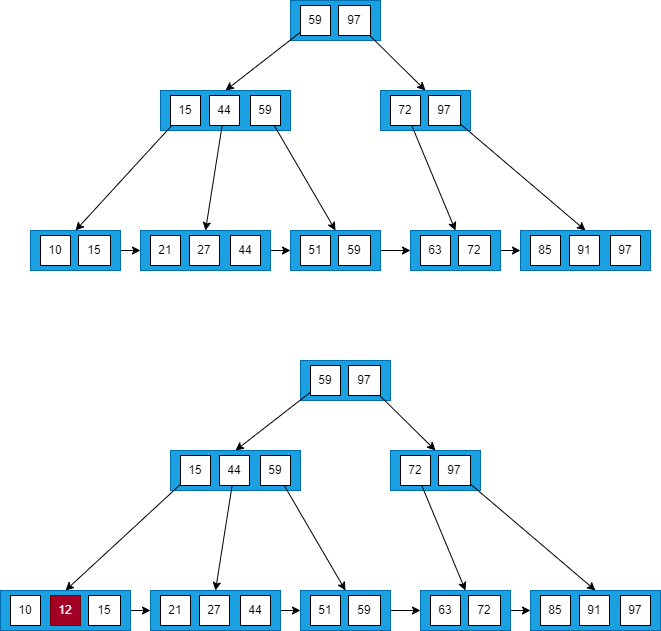
This is Algorithm/img/bpt3.png from thankyoumyteens/note, a draw.io export, as it was before one commit. Source tidied: cells renumbered, new cells last; positions are measured from the earlier drawing's top-left corner, leaving out a move shared by most shapes.
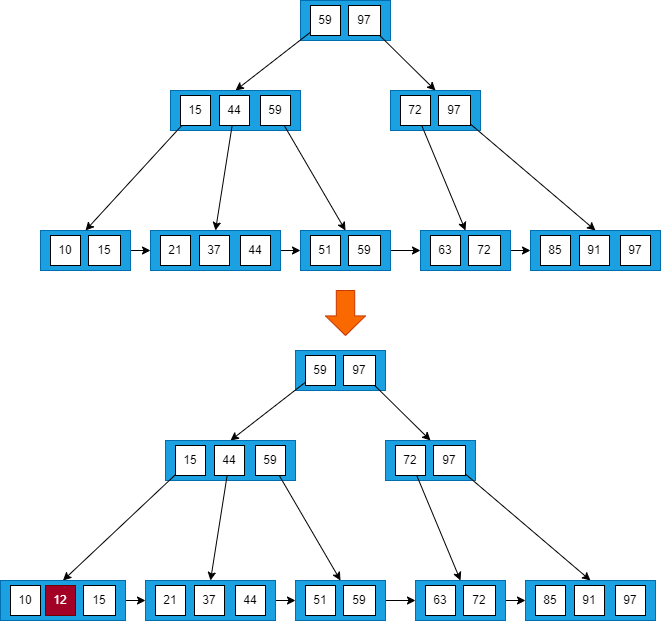
After the change.

The edit, as a diff of the source:
```diff
@@ -74,7 +74,7 @@
     <mxCell id="25" value="21" style="rounded=0;whiteSpace=wrap;html=1;" parent="1" vertex="1">
       <mxGeometry x="150" y="235" width="30" height="30" as="geometry" />
     </mxCell>
-    <mxCell id="26" value="27" style="rounded=0;whiteSpace=wrap;html=1;" parent="1" vertex="1">
+    <mxCell id="26" value="37" style="rounded=0;whiteSpace=wrap;html=1;" parent="1" vertex="1">
       <mxGeometry x="189" y="235" width="30" height="30" as="geometry" />
     </mxCell>
     <mxCell id="27" value="44" style="rounded=0;whiteSpace=wrap;html=1;" parent="1" vertex="1">
@@ -116,122 +116,125 @@
     <mxCell id="39" value="97" style="rounded=0;whiteSpace=wrap;html=1;" parent="1" vertex="1">
       <mxGeometry x="610" y="235" width="30" height="30" as="geometry" />
     </mxCell>
-    <mxCell id="40" style="rounded=0;whiteSpace=wrap;html=1;fillColor=#1ba1e2;fontColor=#ffffff;strokeColor=#006EAF;" parent="1" vertex="1">
-      <mxGeometry x="300" y="360" width="90" height="40" as="geometry" />
-    </mxCell>
-    <mxCell id="41" style="rounded=0;jettySize=auto;html=1;entryX=0.5;entryY=0;entryDx=0;entryDy=0;strokeColor=default;" parent="1" edge="1" source="42" target="45">
-      <mxGeometry relative="1" as="geometry" />
-    </mxCell>
-    <mxCell id="42" value="59" style="rounded=0;whiteSpace=wrap;html=1;" parent="1" vertex="1">
-      <mxGeometry x="310" y="365" width="30" height="30" as="geometry" />
-    </mxCell>
-    <mxCell id="43" style="edgeStyle=none;rounded=0;jettySize=auto;html=1;strokeColor=default;entryX=0.5;entryY=0;entryDx=0;entryDy=0;" parent="1" edge="1" source="44" target="52">
-      <mxGeometry relative="1" as="geometry" />
-    </mxCell>
-    <mxCell id="44" value="97" style="rounded=0;whiteSpace=wrap;html=1;" parent="1" vertex="1">
-      <mxGeometry x="348" y="365" width="32" height="30" as="geometry" />
-    </mxCell>
-    <mxCell id="45" style="rounded=0;whiteSpace=wrap;html=1;fillColor=#1ba1e2;strokeColor=#006EAF;fontColor=#ffffff;" parent="1" vertex="1">
-      <mxGeometry x="170" y="450" width="130" height="40" as="geometry" />
-    </mxCell>
-    <mxCell id="46" style="edgeStyle=none;rounded=0;jettySize=auto;html=1;strokeColor=default;entryX=0.5;entryY=0;entryDx=0;entryDy=0;" parent="1" edge="1" source="47" target="58">
-      <mxGeometry relative="1" as="geometry" />
-    </mxCell>
-    <mxCell id="47" value="15" style="rounded=0;whiteSpace=wrap;html=1;" parent="1" vertex="1">
-      <mxGeometry x="180" y="455" width="30" height="30" as="geometry" />
-    </mxCell>
-    <mxCell id="48" style="edgeStyle=none;rounded=0;jettySize=auto;html=1;strokeColor=default;entryX=0.5;entryY=0;entryDx=0;entryDy=0;" parent="1" edge="1" source="49" target="62">
-      <mxGeometry relative="1" as="geometry" />
-    </mxCell>
-    <mxCell id="49" value="44" style="rounded=0;whiteSpace=wrap;html=1;" parent="1" vertex="1">
-      <mxGeometry x="219" y="455" width="30" height="30" as="geometry" />
-    </mxCell>
-    <mxCell id="50" style="edgeStyle=none;rounded=0;jettySize=auto;html=1;strokeColor=default;entryX=0.5;entryY=0;entryDx=0;entryDy=0;" parent="1" edge="1" source="51" target="67">
-      <mxGeometry relative="1" as="geometry" />
-    </mxCell>
-    <mxCell id="51" value="59" style="rounded=0;whiteSpace=wrap;html=1;" parent="1" vertex="1">
-      <mxGeometry x="260" y="455" width="30" height="30" as="geometry" />
-    </mxCell>
-    <mxCell id="52" style="rounded=0;whiteSpace=wrap;html=1;fillColor=#1ba1e2;fontColor=#ffffff;strokeColor=#006EAF;" parent="1" vertex="1">
-      <mxGeometry x="390" y="450" width="90" height="40" as="geometry" />
-    </mxCell>
-    <mxCell id="53" style="edgeStyle=none;rounded=0;jettySize=auto;html=1;strokeColor=default;entryX=0.5;entryY=0;entryDx=0;entryDy=0;" parent="1" edge="1" source="54" target="71">
-      <mxGeometry relative="1" as="geometry" />
-    </mxCell>
-    <mxCell id="54" value="72" style="rounded=0;whiteSpace=wrap;html=1;" parent="1" vertex="1">
-      <mxGeometry x="400" y="455" width="30" height="30" as="geometry" />
-    </mxCell>
-    <mxCell id="55" style="edgeStyle=none;rounded=0;jettySize=auto;html=1;strokeColor=default;entryX=0.5;entryY=0;entryDx=0;entryDy=0;" parent="1" edge="1" source="56" target="74">
-      <mxGeometry relative="1" as="geometry" />
-    </mxCell>
-    <mxCell id="56" value="97" style="rounded=0;whiteSpace=wrap;html=1;" parent="1" vertex="1">
-      <mxGeometry x="438" y="455" width="32" height="30" as="geometry" />
-    </mxCell>
-    <mxCell id="57" style="edgeStyle=none;rounded=0;jettySize=auto;html=1;strokeColor=default;entryX=0;entryY=0.5;entryDx=0;entryDy=0;" parent="1" edge="1" source="58" target="62">
-      <mxGeometry relative="1" as="geometry" />
-    </mxCell>
-    <mxCell id="58" style="rounded=0;whiteSpace=wrap;html=1;fillColor=#1ba1e2;fontColor=#ffffff;strokeColor=#006EAF;" parent="1" vertex="1">
-      <mxGeometry y="590" width="130" height="40" as="geometry" />
-    </mxCell>
+    <mxCell id="79" style="rounded=0;whiteSpace=wrap;html=1;fillColor=#1ba1e2;fontColor=#ffffff;strokeColor=#006EAF;" parent="1" vertex="1">
+      <mxGeometry x="285" y="350" width="90" height="40" as="geometry" />
+    </mxCell>
+    <mxCell id="80" style="rounded=0;jettySize=auto;html=1;entryX=0.5;entryY=0;entryDx=0;entryDy=0;strokeColor=default;" parent="1" edge="1" source="81" target="84">
+      <mxGeometry relative="1" as="geometry" />
+    </mxCell>
+    <mxCell id="81" value="59" style="rounded=0;whiteSpace=wrap;html=1;" parent="1" vertex="1">
+      <mxGeometry x="295" y="355" width="30" height="30" as="geometry" />
+    </mxCell>
+    <mxCell id="82" style="edgeStyle=none;rounded=0;jettySize=auto;html=1;strokeColor=default;entryX=0.5;entryY=0;entryDx=0;entryDy=0;" parent="1" edge="1" source="83" target="91">
+      <mxGeometry relative="1" as="geometry" />
+    </mxCell>
+    <mxCell id="83" value="97" style="rounded=0;whiteSpace=wrap;html=1;" parent="1" vertex="1">
+      <mxGeometry x="333" y="355" width="32" height="30" as="geometry" />
+    </mxCell>
+    <mxCell id="84" style="rounded=0;whiteSpace=wrap;html=1;fillColor=#1ba1e2;strokeColor=#006EAF;fontColor=#ffffff;" parent="1" vertex="1">
+      <mxGeometry x="155" y="440" width="130" height="40" as="geometry" />
+    </mxCell>
+    <mxCell id="85" style="edgeStyle=none;rounded=0;jettySize=auto;html=1;strokeColor=default;entryX=0.5;entryY=0;entryDx=0;entryDy=0;" parent="1" edge="1" source="86" target="97">
+      <mxGeometry relative="1" as="geometry" />
+    </mxCell>
+    <mxCell id="86" value="15" style="rounded=0;whiteSpace=wrap;html=1;" parent="1" vertex="1">
+      <mxGeometry x="165" y="445" width="30" height="30" as="geometry" />
+    </mxCell>
+    <mxCell id="87" style="edgeStyle=none;rounded=0;jettySize=auto;html=1;strokeColor=default;entryX=0.5;entryY=0;entryDx=0;entryDy=0;" parent="1" edge="1" source="88" target="100">
+      <mxGeometry relative="1" as="geometry" />
+    </mxCell>
+    <mxCell id="88" value="44" style="rounded=0;whiteSpace=wrap;html=1;" parent="1" vertex="1">
+      <mxGeometry x="204" y="445" width="30" height="30" as="geometry" />
+    </mxCell>
+    <mxCell id="89" style="edgeStyle=none;rounded=0;jettySize=auto;html=1;strokeColor=default;entryX=0.5;entryY=0;entryDx=0;entryDy=0;" parent="1" edge="1" source="90" target="104">
+      <mxGeometry relative="1" as="geometry" />
+    </mxCell>
+    <mxCell id="90" value="59" style="rounded=0;whiteSpace=wrap;html=1;" parent="1" vertex="1">
+      <mxGeometry x="245" y="445" width="30" height="30" as="geometry" />
+    </mxCell>
+    <mxCell id="91" style="rounded=0;whiteSpace=wrap;html=1;fillColor=#1ba1e2;fontColor=#ffffff;strokeColor=#006EAF;" parent="1" vertex="1">
+      <mxGeometry x="375" y="440" width="90" height="40" as="geometry" />
+    </mxCell>
+    <mxCell id="92" style="edgeStyle=none;rounded=0;jettySize=auto;html=1;strokeColor=default;entryX=0.5;entryY=0;entryDx=0;entryDy=0;" parent="1" edge="1" source="93" target="107">
+      <mxGeometry relative="1" as="geometry" />
+    </mxCell>
+    <mxCell id="93" value="72" style="rounded=0;whiteSpace=wrap;html=1;" parent="1" vertex="1">
+      <mxGeometry x="385" y="445" width="30" height="30" as="geometry" />
+    </mxCell>
+    <mxCell id="94" style="edgeStyle=none;rounded=0;jettySize=auto;html=1;strokeColor=default;entryX=0.5;entryY=0;entryDx=0;entryDy=0;" parent="1" edge="1" source="95" target="109">
+      <mxGeometry relative="1" as="geometry" />
+    </mxCell>
+    <mxCell id="95" value="97" style="rounded=0;whiteSpace=wrap;html=1;" parent="1" vertex="1">
+      <mxGeometry x="423" y="445" width="32" height="30" as="geometry" />
+    </mxCell>
+    <mxCell id="96" style="edgeStyle=none;rounded=0;jettySize=auto;html=1;strokeColor=default;entryX=0;entryY=0.5;entryDx=0;entryDy=0;" parent="1" edge="1" source="97" target="100">
+      <mxGeometry relative="1" as="geometry" />
+    </mxCell>
+    <mxCell id="97" style="rounded=0;whiteSpace=wrap;html=1;fillColor=#1ba1e2;fontColor=#ffffff;strokeColor=#006EAF;" parent="1" vertex="1">
+      <mxGeometry x="-10" y="580" width="125" height="40" as="geometry" />
+    </mxCell>
-    <mxCell id="59" value="12" style="rounded=0;whiteSpace=wrap;html=1;fillColor=#a20025;strokeColor=#6F0000;fontColor=#ffffff;" parent="1" vertex="1">
-      <mxGeometry x="50" y="595" width="30" height="30" as="geometry" />
+    <mxCell id="59" value="12" style="rounded=0;whiteSpace=wrap;html=1;fillColor=#a20025;fontColor=#ffffff;strokeColor=#6F0000;" parent="1" vertex="1">
+      <mxGeometry x="35" y="585" width="30" height="30" as="geometry" />
     </mxCell>
-    <mxCell id="60" value="15" style="rounded=0;whiteSpace=wrap;html=1;" parent="1" vertex="1">
-      <mxGeometry x="88" y="595" width="32" height="30" as="geometry" />
-    </mxCell>
-    <mxCell id="61" style="edgeStyle=none;rounded=0;jettySize=auto;html=1;strokeColor=default;entryX=0;entryY=0.5;entryDx=0;entryDy=0;" parent="1" edge="1" source="62" target="67">
-      <mxGeometry relative="1" as="geometry" />
-    </mxCell>
-    <mxCell id="62" style="rounded=0;whiteSpace=wrap;html=1;fillColor=#1ba1e2;fontColor=#ffffff;strokeColor=#006EAF;" parent="1" vertex="1">
-      <mxGeometry x="150" y="590" width="130" height="40" as="geometry" />
-    </mxCell>
+    <mxCell id="98" value="15" style="rounded=0;whiteSpace=wrap;html=1;" parent="1" vertex="1">
+      <mxGeometry x="73" y="585" width="32" height="30" as="geometry" />
+    </mxCell>
+    <mxCell id="99" style="edgeStyle=none;rounded=0;jettySize=auto;html=1;strokeColor=default;entryX=0;entryY=0.5;entryDx=0;entryDy=0;" parent="1" edge="1" source="100" target="104">
+      <mxGeometry relative="1" as="geometry" />
+    </mxCell>
+    <mxCell id="100" style="rounded=0;whiteSpace=wrap;html=1;fillColor=#1ba1e2;fontColor=#ffffff;strokeColor=#006EAF;" parent="1" vertex="1">
+      <mxGeometry x="135" y="580" width="130" height="40" as="geometry" />
+    </mxCell>
     <mxCell id="63" value="21" style="rounded=0;whiteSpace=wrap;html=1;" parent="1" vertex="1">
-      <mxGeometry x="160" y="595" width="30" height="30" as="geometry" />
+      <mxGeometry x="145" y="585" width="30" height="30" as="geometry" />
     </mxCell>
-    <mxCell id="64" value="27" style="rounded=0;whiteSpace=wrap;html=1;" parent="1" vertex="1">
-      <mxGeometry x="199" y="595" width="30" height="30" as="geometry" />
-    </mxCell>
-    <mxCell id="65" value="44" style="rounded=0;whiteSpace=wrap;html=1;" parent="1" vertex="1">
-      <mxGeometry x="240" y="595" width="30" height="30" as="geometry" />
-    </mxCell>
-    <mxCell id="66" style="edgeStyle=none;rounded=0;jettySize=auto;html=1;strokeColor=default;entryX=0;entryY=0.5;entryDx=0;entryDy=0;" parent="1" edge="1" source="67" target="71">
-      <mxGeometry relative="1" as="geometry" />
-    </mxCell>
-    <mxCell id="67" style="rounded=0;whiteSpace=wrap;html=1;fillColor=#1ba1e2;fontColor=#ffffff;strokeColor=#006EAF;" parent="1" vertex="1">
-      <mxGeometry x="300" y="590" width="90" height="40" as="geometry" />
-    </mxCell>
+    <mxCell id="101" value="37" style="rounded=0;whiteSpace=wrap;html=1;" parent="1" vertex="1">
+      <mxGeometry x="184" y="585" width="30" height="30" as="geometry" />
+    </mxCell>
+    <mxCell id="102" value="44" style="rounded=0;whiteSpace=wrap;html=1;" parent="1" vertex="1">
+      <mxGeometry x="225" y="585" width="30" height="30" as="geometry" />
+    </mxCell>
+    <mxCell id="103" style="edgeStyle=none;rounded=0;jettySize=auto;html=1;strokeColor=default;entryX=0;entryY=0.5;entryDx=0;entryDy=0;" parent="1" edge="1" source="104" target="107">
+      <mxGeometry relative="1" as="geometry" />
+    </mxCell>
+    <mxCell id="104" style="rounded=0;whiteSpace=wrap;html=1;fillColor=#1ba1e2;fontColor=#ffffff;strokeColor=#006EAF;" parent="1" vertex="1">
+      <mxGeometry x="285" y="580" width="90" height="40" as="geometry" />
+    </mxCell>
     <mxCell id="68" value="51" style="rounded=0;whiteSpace=wrap;html=1;" parent="1" vertex="1">
-      <mxGeometry x="310" y="595" width="30" height="30" as="geometry" />
+      <mxGeometry x="295" y="585" width="30" height="30" as="geometry" />
     </mxCell>
-    <mxCell id="69" value="59" style="rounded=0;whiteSpace=wrap;html=1;" parent="1" vertex="1">
-      <mxGeometry x="348" y="595" width="32" height="30" as="geometry" />
-    </mxCell>
-    <mxCell id="70" style="edgeStyle=none;rounded=0;jettySize=auto;html=1;strokeColor=default;entryX=0;entryY=0.5;entryDx=0;entryDy=0;" parent="1" edge="1" source="71" target="74">
-      <mxGeometry relative="1" as="geometry" />
-    </mxCell>
-    <mxCell id="71" style="rounded=0;whiteSpace=wrap;html=1;fillColor=#1ba1e2;fontColor=#ffffff;strokeColor=#006EAF;" parent="1" vertex="1">
-      <mxGeometry x="420" y="590" width="90" height="40" as="geometry" />
-    </mxCell>
+    <mxCell id="105" value="59" style="rounded=0;whiteSpace=wrap;html=1;" parent="1" vertex="1">
+      <mxGeometry x="333" y="585" width="32" height="30" as="geometry" />
+    </mxCell>
+    <mxCell id="106" style="edgeStyle=none;rounded=0;jettySize=auto;html=1;strokeColor=default;entryX=0;entryY=0.5;entryDx=0;entryDy=0;" parent="1" edge="1" source="107" target="109">
+      <mxGeometry relative="1" as="geometry" />
+    </mxCell>
+    <mxCell id="107" style="rounded=0;whiteSpace=wrap;html=1;fillColor=#1ba1e2;fontColor=#ffffff;strokeColor=#006EAF;" parent="1" vertex="1">
+      <mxGeometry x="405" y="580" width="90" height="40" as="geometry" />
+    </mxCell>
     <mxCell id="72" value="63" style="rounded=0;whiteSpace=wrap;html=1;" parent="1" vertex="1">
-      <mxGeometry x="430" y="595" width="30" height="30" as="geometry" />
+      <mxGeometry x="415" y="585" width="30" height="30" as="geometry" />
     </mxCell>
-    <mxCell id="73" value="72" style="rounded=0;whiteSpace=wrap;html=1;" parent="1" vertex="1">
-      <mxGeometry x="468" y="595" width="32" height="30" as="geometry" />
-    </mxCell>
-    <mxCell id="74" style="rounded=0;whiteSpace=wrap;html=1;fillColor=#1ba1e2;fontColor=#ffffff;strokeColor=#006EAF;" parent="1" vertex="1">
-      <mxGeometry x="530" y="590" width="130" height="40" as="geometry" />
-    </mxCell>
+    <mxCell id="108" value="72" style="rounded=0;whiteSpace=wrap;html=1;" parent="1" vertex="1">
+      <mxGeometry x="453" y="585" width="32" height="30" as="geometry" />
+    </mxCell>
+    <mxCell id="109" style="rounded=0;whiteSpace=wrap;html=1;fillColor=#1ba1e2;fontColor=#ffffff;strokeColor=#006EAF;" parent="1" vertex="1">
+      <mxGeometry x="515" y="580" width="130" height="40" as="geometry" />
+    </mxCell>
     <mxCell id="75" value="85" style="rounded=0;whiteSpace=wrap;html=1;" parent="1" vertex="1">
-      <mxGeometry x="540" y="595" width="30" height="30" as="geometry" />
+      <mxGeometry x="525" y="585" width="30" height="30" as="geometry" />
     </mxCell>
     <mxCell id="76" value="91" style="rounded=0;whiteSpace=wrap;html=1;" parent="1" vertex="1">
-      <mxGeometry x="579" y="595" width="30" height="30" as="geometry" />
+      <mxGeometry x="564" y="585" width="30" height="30" as="geometry" />
     </mxCell>
-    <mxCell id="77" value="97" style="rounded=0;whiteSpace=wrap;html=1;" parent="1" vertex="1">
-      <mxGeometry x="620" y="595" width="30" height="30" as="geometry" />
-    </mxCell>
+    <mxCell id="110" value="97" style="rounded=0;whiteSpace=wrap;html=1;" parent="1" vertex="1">
+      <mxGeometry x="605" y="585" width="30" height="30" as="geometry" />
+    </mxCell>
+    <mxCell id="111" style="html=1;shadow=0;dashed=0;align=center;verticalAlign=middle;shape=mxgraph.arrows2.arrow;dy=0.54;dx=19.6;direction=south;notch=0;fillColor=#fa6800;strokeColor=#C73500;fontColor=#000000;" parent="1" vertex="1">
+      <mxGeometry x="315" y="290" width="40" height="45" as="geometry" />
+    </mxCell>
     <mxCell id="78" value="10" style="rounded=0;whiteSpace=wrap;html=1;" parent="1" vertex="1">
-      <mxGeometry x="10" y="595" width="30" height="30" as="geometry" />
+      <mxGeometry y="585" width="30" height="30" as="geometry" />
     </mxCell>
   </root>
 </mxGraphModel>
```
